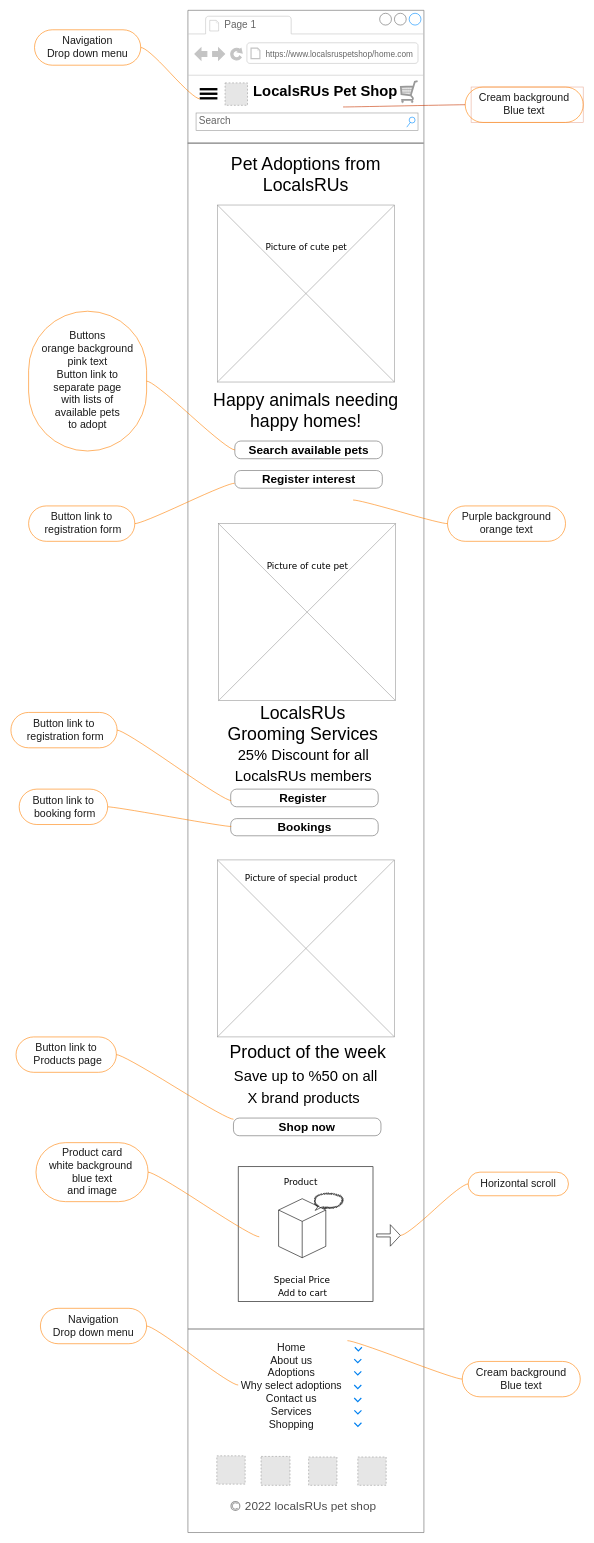
Oenghuswalsh/ICTWEB431-OenghusWalsh keeps this draw.io diagram as page "Home page mobile version" (7 of 10) of Untitled Diagram.drawio. Above is the earlier version. Source tidied: cells renumbered, new cells numbered last; positions are measured from the earlier drawing's top-left corner, leaving out a move shared by most shapes. Both pictures are drawn from the tidied source at 59%, with x=0, y=0 at pixel (10, 10). Pictures stored in the file or linked from it are replaced by grey dashed boxes.
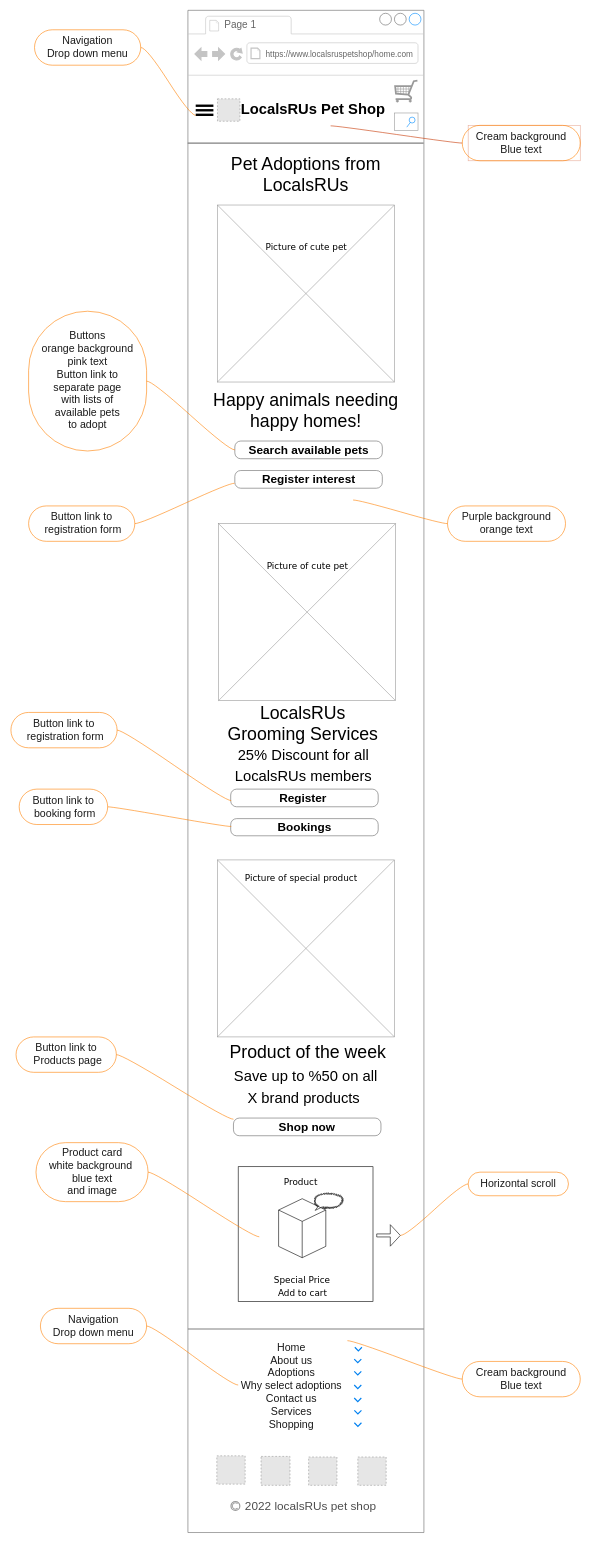
The same page after the edit.

The change refers to these unchanged cells:
```xml
<mxCell id="2" style="strokeWidth=1;shadow=0;dashed=0;align=center;html=1;shape=mxgraph.mockup.containers.browserWindow;rSize=0;strokeColor=#666666;mainText=,;rounded=0;labelBackgroundColor=none;fontFamily=Verdana;fontSize=12;fillColor=none;" parent="1" vertex="1">
  <mxGeometry x="301" width="400" height="2580" as="geometry" />
</mxCell>
```

Diff of the diagram source:
```diff
@@
     <mxCell id="5" value="&lt;b style=&quot;font-size: 25px;&quot;&gt;&lt;font style=&quot;font-size: 25px;&quot;&gt;LocalsRUs Pet Shop&lt;/font&gt;&lt;/b&gt;" style="text;html=1;points=[];align=left;verticalAlign=top;spacingTop=-4;fontSize=25;fontFamily=Helvetica;" parent="2" vertex="1">
-      <mxGeometry x="109.2" y="118" width="250" height="40" as="geometry" />
+      <mxGeometry x="88.1" y="150" width="250" height="40" as="geometry" />
     </mxCell>
-    <mxCell id="6" value="Search" style="strokeWidth=1;shadow=0;dashed=0;align=center;html=1;shape=mxgraph.mockup.forms.searchBox;strokeColor=#999999;mainText=;strokeColor2=#008cff;fontColor=#666666;fontSize=17;align=left;spacingLeft=3;rounded=0;labelBackgroundColor=none;" parent="2" vertex="1">
-      <mxGeometry x="13.8" y="174" width="376.2" height="30" as="geometry" />
+    <mxCell id="6" style="strokeWidth=1;shadow=0;dashed=0;align=center;html=1;shape=mxgraph.mockup.forms.searchBox;strokeColor=#999999;mainText=;strokeColor2=#008cff;fontColor=#666666;fontSize=17;align=left;spacingLeft=3;rounded=0;labelBackgroundColor=none;" parent="2" vertex="1">
+      <mxGeometry x="350" y="174" width="40" height="30" as="geometry" />
     </mxCell>
     <mxCell id="7" style="verticalLabelPosition=bottom;shadow=0;dashed=0;align=center;html=1;verticalAlign=top;strokeWidth=1;shape=mxgraph.mockup.misc.shoppingCart;strokeColor=#999999;fontFamily=Helvetica;fontSize=10;fontColor=#A3A3A3;fillColor=none;" parent="2" vertex="1">
-      <mxGeometry x="360" y="119" width="30" height="38" as="geometry" />
+      <mxGeometry x="350" y="118" width="40" height="38" as="geometry" />
     </mxCell>
@@
     <mxCell id="13" style="group;" parent="2" vertex="1">
-      <mxGeometry x="20" y="122" width="30" height="31" as="geometry" />
+      <mxGeometry x="13.2" y="150" width="30" height="31" as="geometry" />
     </mxCell>
@@
     <mxCell id="47" style="fillColor=#E6E6E6;strokeColor=#999999;dashed=1;html=1;verticalAlign=top;verticalLabelPosition=bottom;labelBackgroundColor=#ffffff;fontFamily=Helvetica;fontSize=25;fontColor=#1A1A1A;" parent="2" vertex="1">
-      <mxGeometry x="63" y="123" width="38" height="38" as="geometry" />
+      <mxGeometry x="50.1" y="150" width="38" height="38" as="geometry" />
     </mxCell>
@@
     <mxCell id="61" style="group;opacity=40;fillColor=none;fontColor=#000000;strokeColor=#C73500;" parent="1" vertex="1">
-      <mxGeometry x="781" y="130" width="190" height="60" as="geometry" />
+      <mxGeometry x="776" y="195" width="190" height="60" as="geometry" />
     </mxCell>
```
